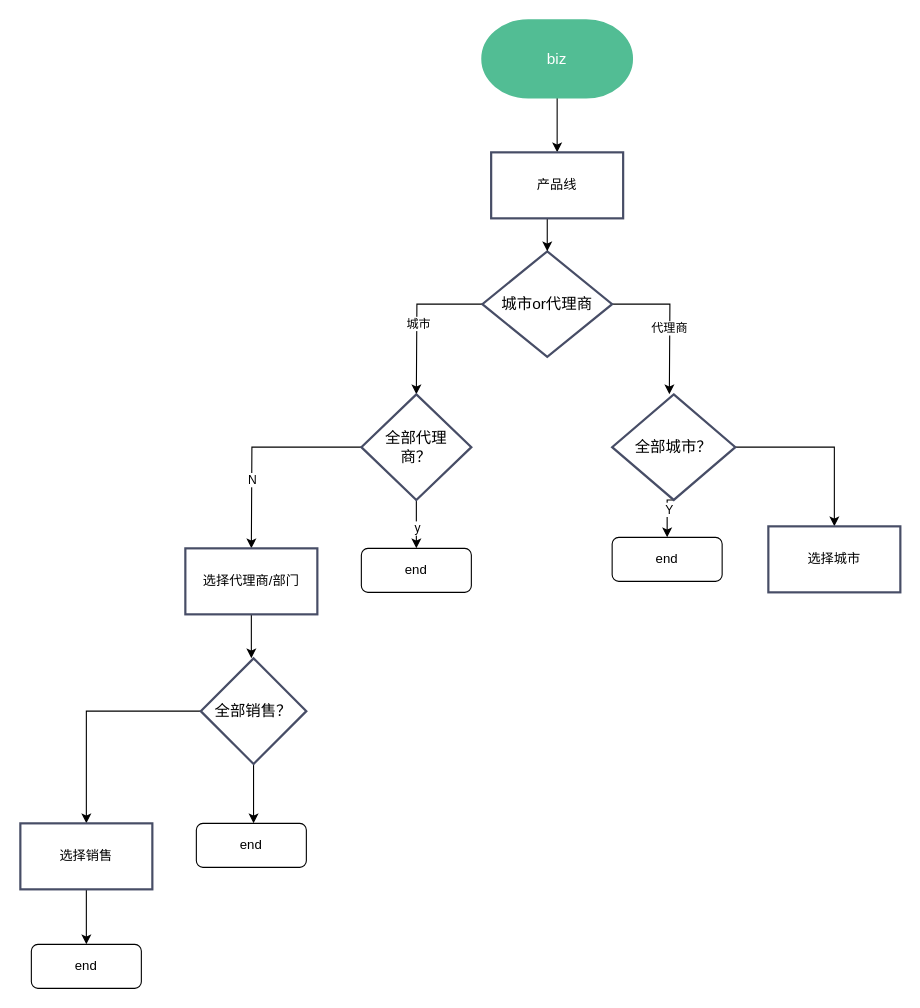
Earlier version of the draw.io diagram 58/未命名绘图.drawio (chenwenshuo/-). Source tidied: cells renumbered, new cells numbered last; positions are measured from the earlier drawing's top-left corner, leaving out a move shared by most shapes. Both pictures are drawn from the tidied source at 110%, with x=0, y=0 at pixel (20, 20).
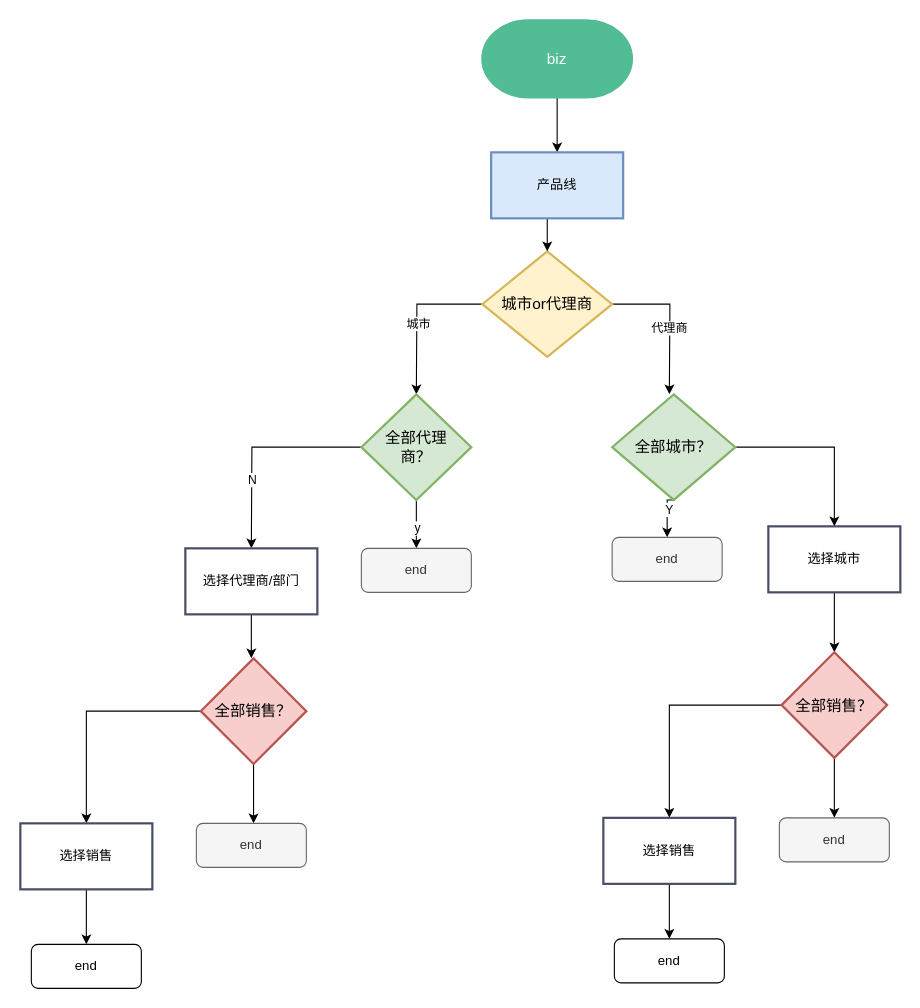
Above is the later version.

Commit message:
更新未命名绘图.drawio

The change refers to these unchanged cells:
```xml
<mxCell id="31" value="选择城市" style="zwfType=basicShape;rounded=0;strokeWidth=2;strokeColor=#474D66;whiteSpace=wrap;html=1;" parent="1" vertex="1">
  <mxGeometry x="680" y="460" width="120" height="60" as="geometry" />
</mxCell>
```

What changed in the source:
```diff
@@
-<mxGraphModel>
+<mxGraphModel background="#FFFFFF">
@@
-    <mxCell id="8" value="城市or代理商" style="fontSize=14;spacingLeft=10;spacingRight=10;zwfType=basicShape;strokeWidth=2;rhombus;whiteSpace=wrap;html=1;strokeColor=#474D66;" parent="1" vertex="1">
+    <mxCell id="8" value="城市or代理商" style="fontSize=14;spacingLeft=10;spacingRight=10;zwfType=basicShape;strokeWidth=2;rhombus;whiteSpace=wrap;html=1;strokeColor=#d6b656;fillColor=#fff2cc;" parent="1" vertex="1">
       <mxGeometry x="420" y="210" width="118" height="96" as="geometry" />
     </mxCell>
@@
-    <mxCell id="10" value="产品线" style="zwfType=basicShape;rounded=0;strokeWidth=2;strokeColor=#474D66;whiteSpace=wrap;html=1;" parent="1" vertex="1">
+    <mxCell id="10" value="产品线" style="zwfType=basicShape;rounded=0;strokeWidth=2;strokeColor=#6c8ebf;whiteSpace=wrap;html=1;fillColor=#dae8fc;" parent="1" vertex="1">
       <mxGeometry x="428" y="120" width="120" height="60" as="geometry" />
     </mxCell>
@@
-    <mxCell id="15" value="全部代理商？" style="fontSize=14;spacingLeft=10;spacingRight=10;zwfType=basicShape;strokeWidth=2;rhombus;whiteSpace=wrap;html=1;strokeColor=#474D66;" parent="1" vertex="1">
+    <mxCell id="15" value="全部代理商？" style="fontSize=14;spacingLeft=10;spacingRight=10;zwfType=basicShape;strokeWidth=2;rhombus;whiteSpace=wrap;html=1;strokeColor=#82b366;fillColor=#d5e8d4;" parent="1" vertex="1">
       <mxGeometry x="310" y="340" width="100" height="96" as="geometry" />
     </mxCell>
@@
-    <mxCell id="20" value="全部销售？" style="fontSize=14;spacingLeft=10;spacingRight=10;zwfType=basicShape;strokeWidth=2;rhombus;whiteSpace=wrap;html=1;strokeColor=#474D66;" parent="1" vertex="1">
+    <mxCell id="20" value="全部销售？" style="fontSize=14;spacingLeft=10;spacingRight=10;zwfType=basicShape;strokeWidth=2;rhombus;whiteSpace=wrap;html=1;strokeColor=#b85450;fillColor=#f8cecc;" parent="1" vertex="1">
       <mxGeometry x="164" y="580" width="96" height="96" as="geometry" />
     </mxCell>
@@
-    <mxCell id="24" value="end" style="rounded=1;whiteSpace=wrap;html=1;" parent="1" vertex="1">
+    <mxCell id="24" value="end" style="rounded=1;whiteSpace=wrap;html=1;fillColor=#f5f5f5;fontColor=#333333;strokeColor=#666666;" parent="1" vertex="1">
       <mxGeometry x="160" y="730" width="100" height="40" as="geometry" />
     </mxCell>
-    <mxCell id="25" value="end" style="rounded=1;whiteSpace=wrap;html=1;" parent="1" vertex="1">
+    <mxCell id="25" value="end" style="rounded=1;whiteSpace=wrap;html=1;fillColor=#f5f5f5;fontColor=#333333;strokeColor=#666666;" parent="1" vertex="1">
       <mxGeometry x="310" y="480" width="100" height="40" as="geometry" />
     </mxCell>
@@
-    <mxCell id="29" value="全部城市？" style="fontSize=14;spacingLeft=10;spacingRight=10;zwfType=basicShape;strokeWidth=2;rhombus;whiteSpace=wrap;html=1;strokeColor=#474D66;" parent="1" vertex="1">
+    <mxCell id="29" value="全部城市？" style="fontSize=14;spacingLeft=10;spacingRight=10;zwfType=basicShape;strokeWidth=2;rhombus;whiteSpace=wrap;html=1;strokeColor=#82b366;fillColor=#d5e8d4;" parent="1" vertex="1">
       <mxGeometry x="538" y="340" width="112" height="96" as="geometry" />
     </mxCell>
-    <mxCell id="30" value="end" style="rounded=1;whiteSpace=wrap;html=1;" parent="1" vertex="1">
+    <mxCell id="30" value="end" style="rounded=1;whiteSpace=wrap;html=1;fillColor=#f5f5f5;fontColor=#333333;strokeColor=#666666;" parent="1" vertex="1">
       <mxGeometry x="538" y="470" width="100" height="40" as="geometry" />
     </mxCell>
+    <mxCell id="32" style="edgeStyle=orthogonalEdgeStyle;rounded=0;jettySize=auto;html=1;entryX=0.5;entryY=0;entryDx=0;entryDy=0;" parent="1" edge="1" source="31" target="35">
+      <mxGeometry relative="1" as="geometry" />
+    </mxCell>
@@
+    <mxCell id="33" style="edgeStyle=orthogonalEdgeStyle;rounded=0;jettySize=auto;html=1;entryX=0.5;entryY=0;entryDx=0;entryDy=0;" parent="1" edge="1" source="35" target="37">
+      <mxGeometry relative="1" as="geometry" />
+    </mxCell>
+    <mxCell id="34" style="edgeStyle=orthogonalEdgeStyle;rounded=0;jettySize=auto;html=1;entryX=0.5;entryY=0;entryDx=0;entryDy=0;" parent="1" edge="1" source="35" target="39">
+      <mxGeometry relative="1" as="geometry" />
+    </mxCell>
+    <mxCell id="35" value="全部销售？" style="fontSize=14;spacingLeft=10;spacingRight=10;zwfType=basicShape;strokeWidth=2;rhombus;whiteSpace=wrap;html=1;strokeColor=#b85450;fillColor=#f8cecc;" parent="1" vertex="1">
+      <mxGeometry x="692" y="574.5" width="96" height="96" as="geometry" />
+    </mxCell>
+    <mxCell id="36" style="edgeStyle=orthogonalEdgeStyle;rounded=0;jettySize=auto;html=1;" parent="1" edge="1" source="37">
+      <mxGeometry relative="1" as="geometry">
+        <mxPoint x="590" y="835" as="targetPoint" />
+      </mxGeometry>
+    </mxCell>
+    <mxCell id="37" value="选择销售" style="zwfType=basicShape;rounded=0;strokeWidth=2;strokeColor=#474D66;whiteSpace=wrap;html=1;" parent="1" vertex="1">
+      <mxGeometry x="530" y="725" width="120" height="60" as="geometry" />
+    </mxCell>
+    <mxCell id="38" value="end" style="rounded=1;whiteSpace=wrap;html=1;" parent="1" vertex="1">
+      <mxGeometry x="540" y="835" width="100" height="40" as="geometry" />
+    </mxCell>
+    <mxCell id="39" value="end" style="rounded=1;whiteSpace=wrap;html=1;fillColor=#f5f5f5;fontColor=#333333;strokeColor=#666666;" parent="1" vertex="1">
+      <mxGeometry x="690" y="725" width="100" height="40" as="geometry" />
+    </mxCell>
```
